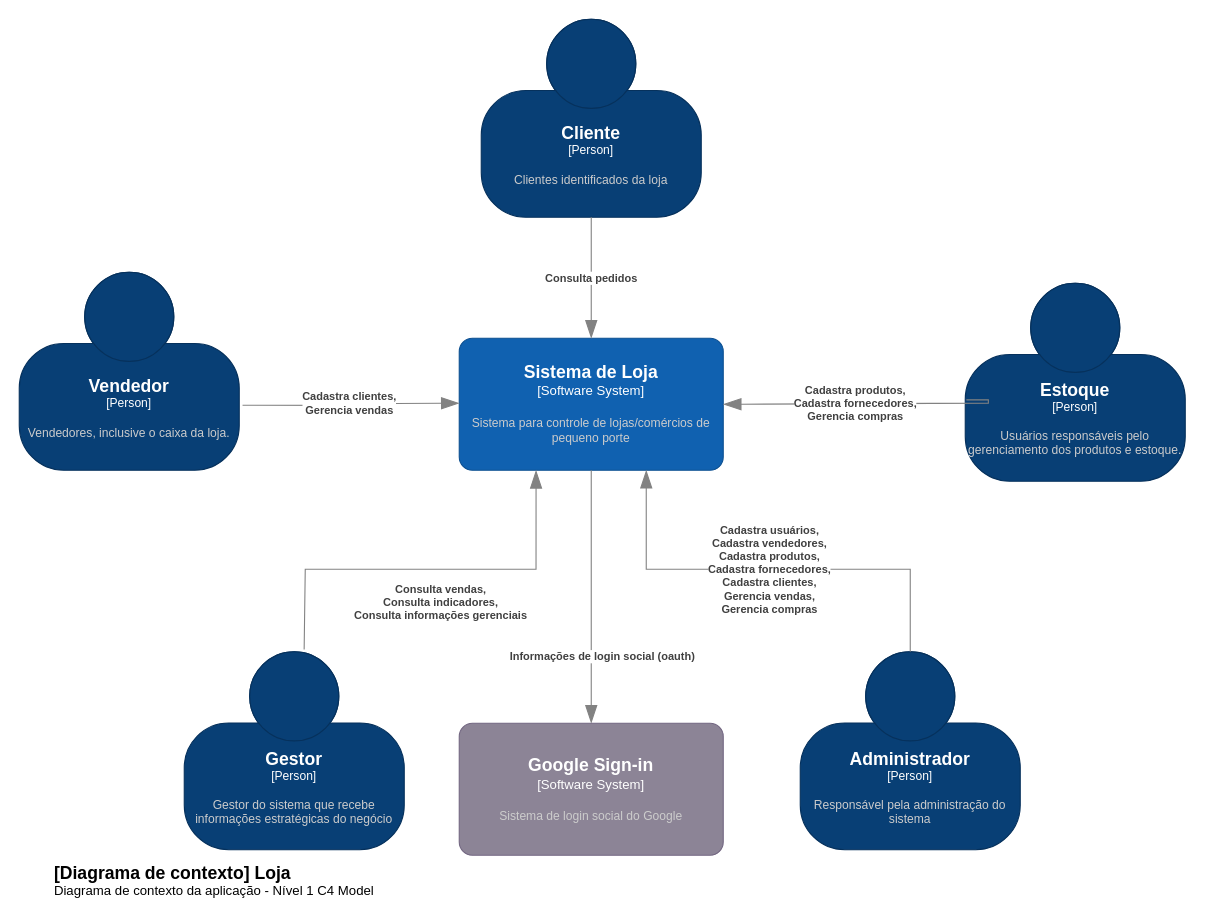
Before: page "Nível 1 - Contexto" (1 of 2) of projeto/documentacao/C4Model.drawio in adjamirgalvao/pucminas, a draw.io diagram. Source tidied: cells renumbered, new cells numbered last; positions are measured from the earlier drawing's top-left corner, leaving out a move shared by most shapes. Both pictures are drawn from the tidied source at 110%, with x=0, y=0 at pixel (19, 19).
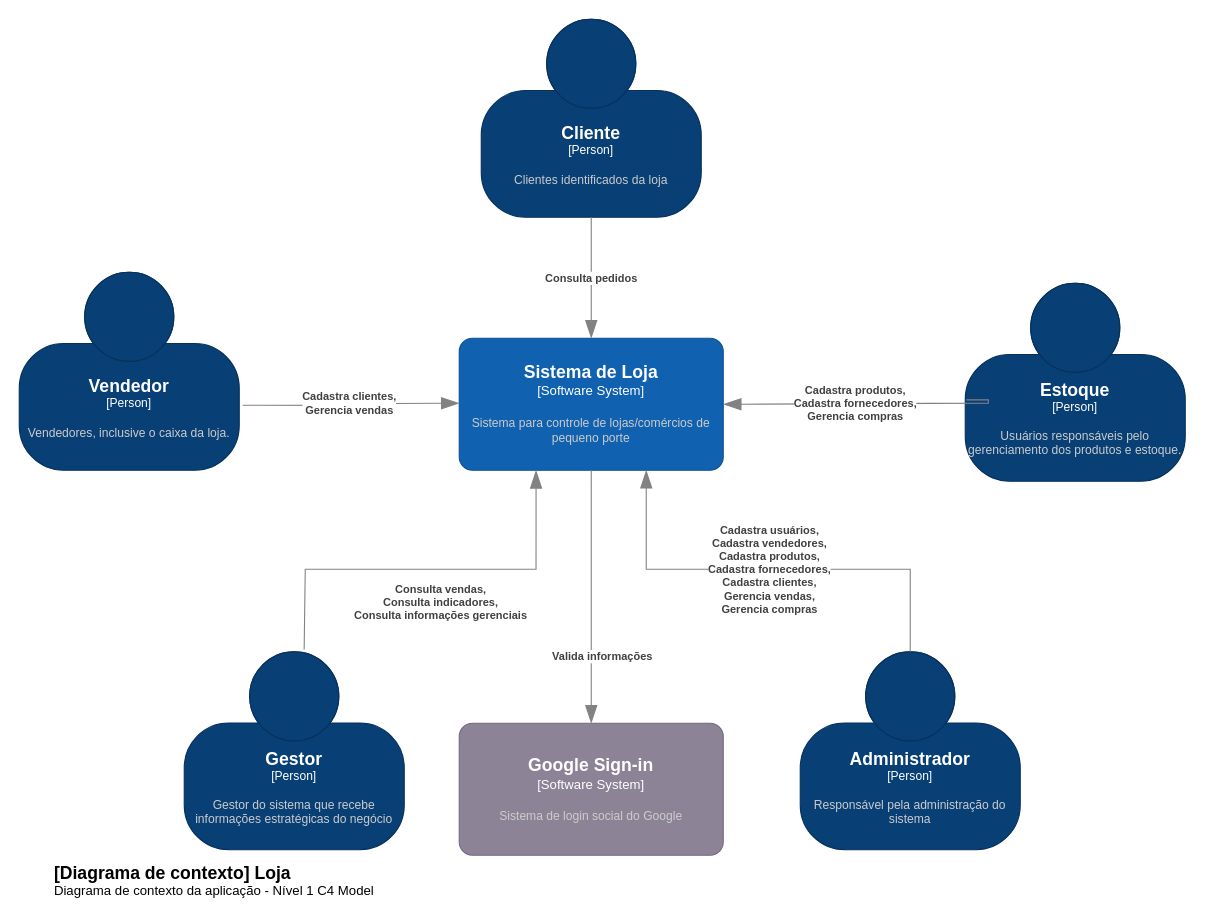
The same diagram, later.

Unchanged cells that the change refers to:
```xml
<object id="3" label="&lt;font style=&quot;font-size: 16px&quot;&gt;&lt;b&gt;%c4Name%&lt;/b&gt;&lt;/font&gt;&lt;div&gt;[%c4Type%]&lt;/div&gt;&lt;br&gt;&lt;div&gt;&lt;font style=&quot;font-size: 11px&quot;&gt;&lt;font color=&quot;#cccccc&quot;&gt;%c4Description%&lt;/font&gt;&lt;/div&gt;" c4Description="Sistema para controle de lojas/comércios de pequeno porte" c4Name="Sistema de Loja" c4Type="Software System" placeholders="1">
  <mxCell style="rounded=1;whiteSpace=wrap;html=1;labelBackgroundColor=none;fillColor=#1061B0;fontColor=#ffffff;align=center;arcSize=10;strokeColor=#0D5091;points=[[0.25,0,0],[0.5,0,0],[0.75,0,0],[1,0.25,0],[1,0.5,0],[1,0.75,0],[0.75,1,0],[0.5,1,0],[0.25,1,0],[0,0.75,0],[0,0.5,0],[0,0.25,0]];" parent="1" vertex="1">
    <mxGeometry x="400" y="290" width="240" height="120" as="geometry" />
  </mxCell>
</object>
<object id="15" label="&lt;font style=&quot;font-size: 16px&quot;&gt;&lt;b&gt;%c4Name%&lt;/b&gt;&lt;/font&gt;&lt;div&gt;[%c4Type%]&lt;/div&gt;&lt;br&gt;&lt;div&gt;&lt;font style=&quot;font-size: 11px&quot;&gt;&lt;font color=&quot;#cccccc&quot;&gt;%c4Description%&lt;/font&gt;&lt;/div&gt;" c4Description="Sistema de login social do Google" c4Name="Google Sign-in" c4Type="Software System" placeholders="1">
  <mxCell style="rounded=1;whiteSpace=wrap;html=1;labelBackgroundColor=none;fillColor=#8C8496;fontColor=#ffffff;align=center;arcSize=10;strokeColor=#736782;points=[[0.25,0,0],[0.5,0,0],[0.75,0,0],[1,0.25,0],[1,0.5,0],[1,0.75,0],[0.75,1,0],[0.5,1,0],[0.25,1,0],[0,0.75,0],[0,0.5,0],[0,0.25,0]];fontSize=12;" parent="1" vertex="1">
    <mxGeometry x="400" y="640" width="240" height="120" as="geometry" />
  </mxCell>
</object>
```

What changed in the source:
```diff
@@
-    <object id="14" label="&lt;div style=&quot;text-align: left&quot;&gt;&lt;div style=&quot;text-align: center&quot;&gt;&lt;b&gt;%c4Description%&lt;/b&gt;&lt;/div&gt;" c4Description="Informações de login social (oauth)" placeholders="1">
+    <object id="14" label="&lt;div style=&quot;text-align: left&quot;&gt;&lt;div style=&quot;text-align: center&quot;&gt;&lt;b&gt;%c4Description%&lt;/b&gt;&lt;/div&gt;" c4Description="Valida informações" placeholders="1">
       <mxCell style="endArrow=blockThin;html=1;fontSize=10;fontColor=#404040;strokeWidth=1;endFill=1;strokeColor=#828282;elbow=vertical;endSize=14;startSize=14;jumpStyle=arc;jumpSize=16;rounded=0;edgeStyle=orthogonalEdgeStyle;entryX=0.5;entryY=0;entryDx=0;entryDy=0;entryPerimeter=0;exitX=0.5;exitY=1;exitDx=0;exitDy=0;exitPerimeter=0;" parent="1" edge="1" source="3" target="15">
         <mxGeometry x="0.48" y="10" relative="1" as="geometry">
           <mxPoint y="-1" as="offset" />
         </mxGeometry>
       </mxCell>
     </object>
```
